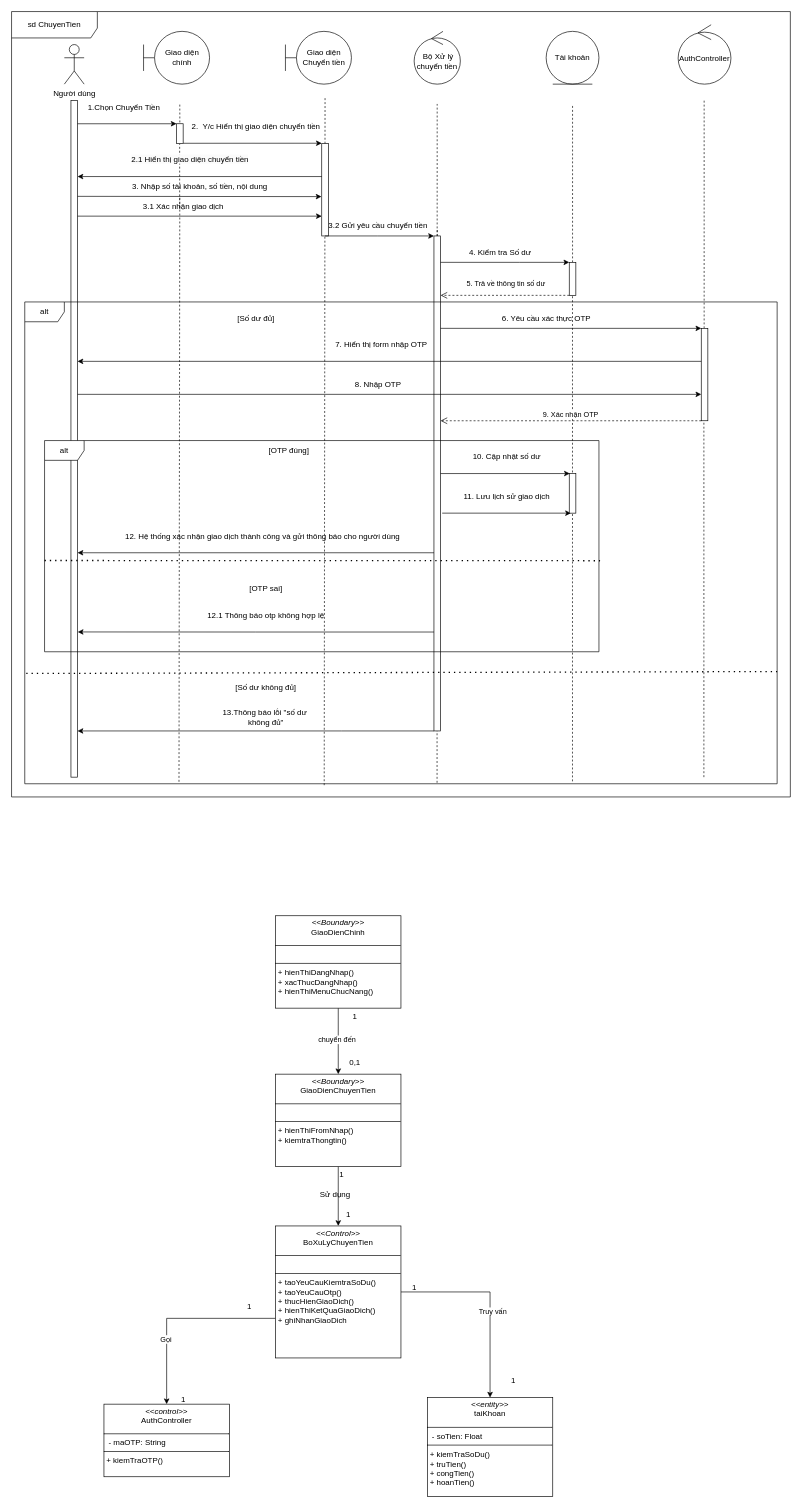
The draw.io diagram page "biểu đồ tuần tự" (1 of 4) of uml/BHDG_Usecase_11_0.0.1.drawio in HoangDucBach/bghc, before the edit. Source tidied: cells renumbered, new cells numbered last; positions are measured from the earlier drawing's top-left corner, leaving out a move shared by most shapes. Both pictures are drawn from the tidied source at 66%, with x=0, y=0 at pixel (11, 11).
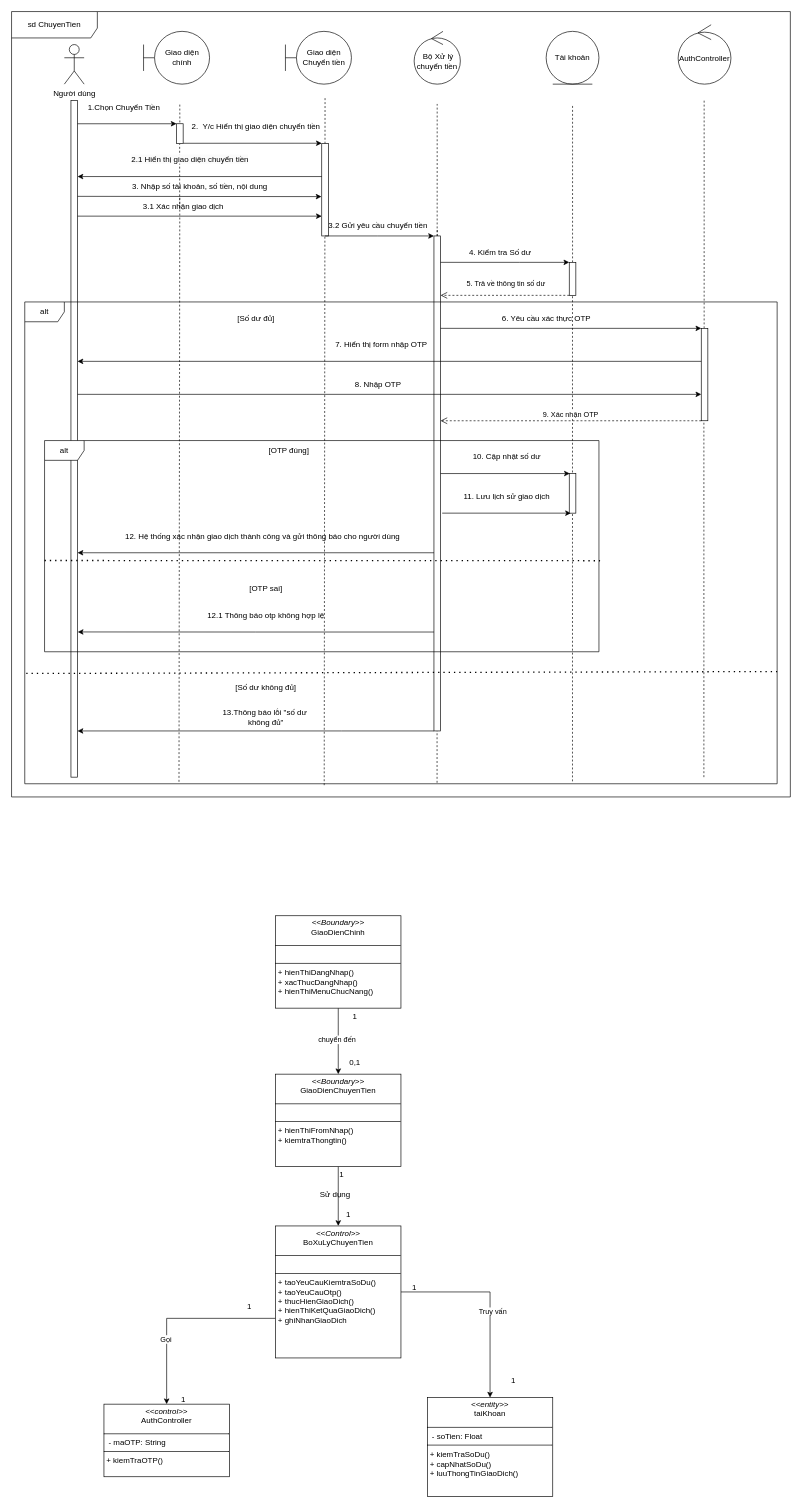
After the change.

The edit, as a diff of the source:
```diff
@@
-    <mxCell id="61" value="&lt;p style=&quot;margin: 4px 0px 0px;&quot;&gt;&lt;/p&gt;&lt;div style=&quot;text-align: center;&quot;&gt;&lt;i style=&quot;background-color: transparent; color: light-dark(rgb(0, 0, 0), rgb(255, 255, 255));&quot;&gt;&amp;lt;&amp;lt;entity&amp;gt;&amp;gt;&lt;/i&gt;&lt;/div&gt;&lt;div style=&quot;text-align: center;&quot;&gt;taiKhoan&lt;/div&gt;&lt;p&gt;&lt;/p&gt;&lt;hr size=&quot;1&quot; style=&quot;border-style:solid;&quot;&gt;&lt;p style=&quot;margin:0px;margin-left:4px;&quot;&gt;&lt;span style=&quot;background-color: transparent; color: light-dark(rgb(0, 0, 0), rgb(255, 255, 255));&quot;&gt;&amp;nbsp;- soTien: Float&lt;/span&gt;&lt;/p&gt;&lt;hr size=&quot;1&quot; style=&quot;border-style:solid;&quot;&gt;&lt;p style=&quot;margin:0px;margin-left:4px;&quot;&gt;&lt;span style=&quot;background-color: transparent; color: light-dark(rgb(0, 0, 0), rgb(255, 255, 255));&quot;&gt;+ kiemTraSoDu()&lt;/span&gt;&lt;/p&gt;&lt;p style=&quot;margin: 0px 0px 0px 4px;&quot;&gt;+ truTien()&lt;/p&gt;&lt;p style=&quot;margin: 0px 0px 0px 4px;&quot;&gt;+ congTien()&lt;/p&gt;&lt;p style=&quot;margin: 0px 0px 0px 4px;&quot;&gt;+ hoanTien()&lt;/p&gt;" style="verticalAlign=top;align=left;overflow=fill;html=1;whiteSpace=wrap;" parent="1" vertex="1">
+    <mxCell id="61" value="&lt;p style=&quot;margin: 4px 0px 0px;&quot;&gt;&lt;/p&gt;&lt;div style=&quot;text-align: center;&quot;&gt;&lt;i style=&quot;background-color: transparent; color: light-dark(rgb(0, 0, 0), rgb(255, 255, 255));&quot;&gt;&amp;lt;&amp;lt;entity&amp;gt;&amp;gt;&lt;/i&gt;&lt;/div&gt;&lt;div style=&quot;text-align: center;&quot;&gt;taiKhoan&lt;/div&gt;&lt;p&gt;&lt;/p&gt;&lt;hr size=&quot;1&quot; style=&quot;border-style:solid;&quot;&gt;&lt;p style=&quot;margin:0px;margin-left:4px;&quot;&gt;&lt;span style=&quot;background-color: transparent; color: light-dark(rgb(0, 0, 0), rgb(255, 255, 255));&quot;&gt;&amp;nbsp;- soTien: Float&lt;/span&gt;&lt;/p&gt;&lt;hr size=&quot;1&quot; style=&quot;border-style:solid;&quot;&gt;&lt;p style=&quot;margin:0px;margin-left:4px;&quot;&gt;&lt;span style=&quot;background-color: transparent; color: light-dark(rgb(0, 0, 0), rgb(255, 255, 255));&quot;&gt;+ kiemTraSoDu()&lt;/span&gt;&lt;/p&gt;&lt;p style=&quot;margin: 0px 0px 0px 4px;&quot;&gt;+ capNhatSoDu()&lt;/p&gt;&lt;p style=&quot;margin: 0px 0px 0px 4px;&quot;&gt;+ luuThongTinGiaoDich()&lt;/p&gt;" style="verticalAlign=top;align=left;overflow=fill;html=1;whiteSpace=wrap;" parent="1" vertex="1">
       <mxGeometry x="630" y="2100" width="190" height="150" as="geometry" />
     </mxCell>
```
